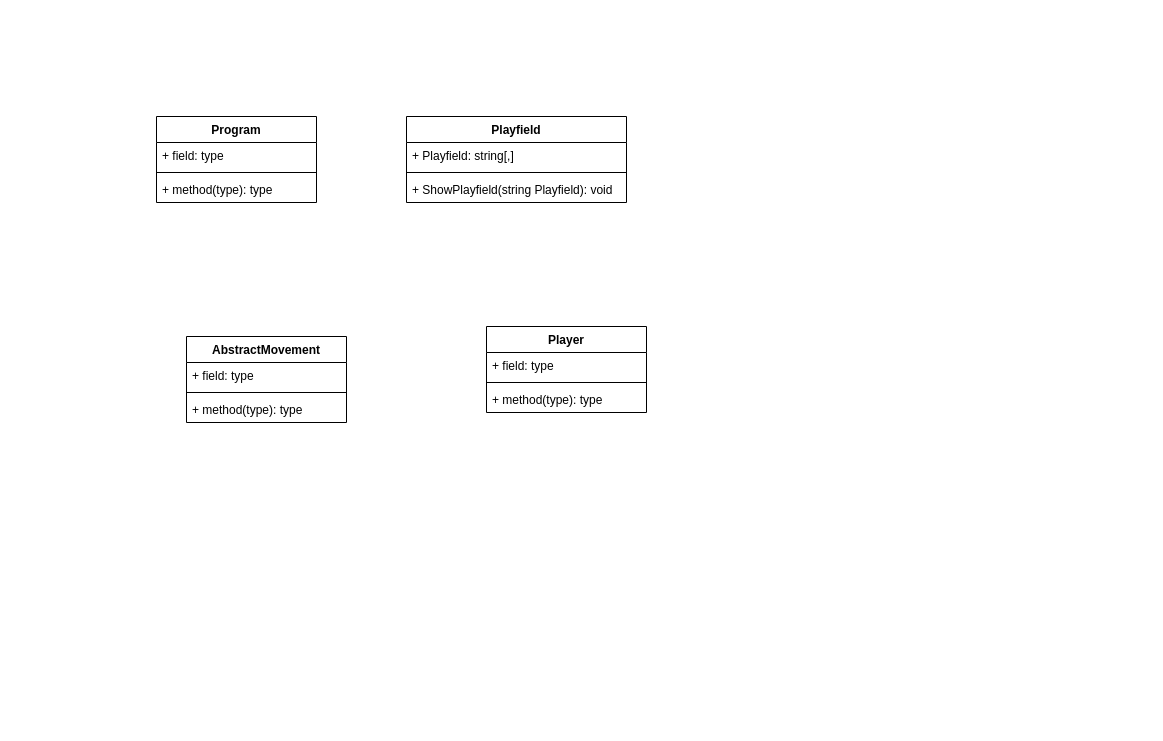
This is ChessClassDiagram.drawio from felwanew/ConsoleChess, a draw.io file, before an edit. Source tidied: cells renumbered, new cells numbered last; positions are measured from the earlier drawing's top-left corner, leaving out a move shared by most shapes. Both pictures are drawn from the tidied source at 100%, with x=0, y=0 at pixel (156, 116).
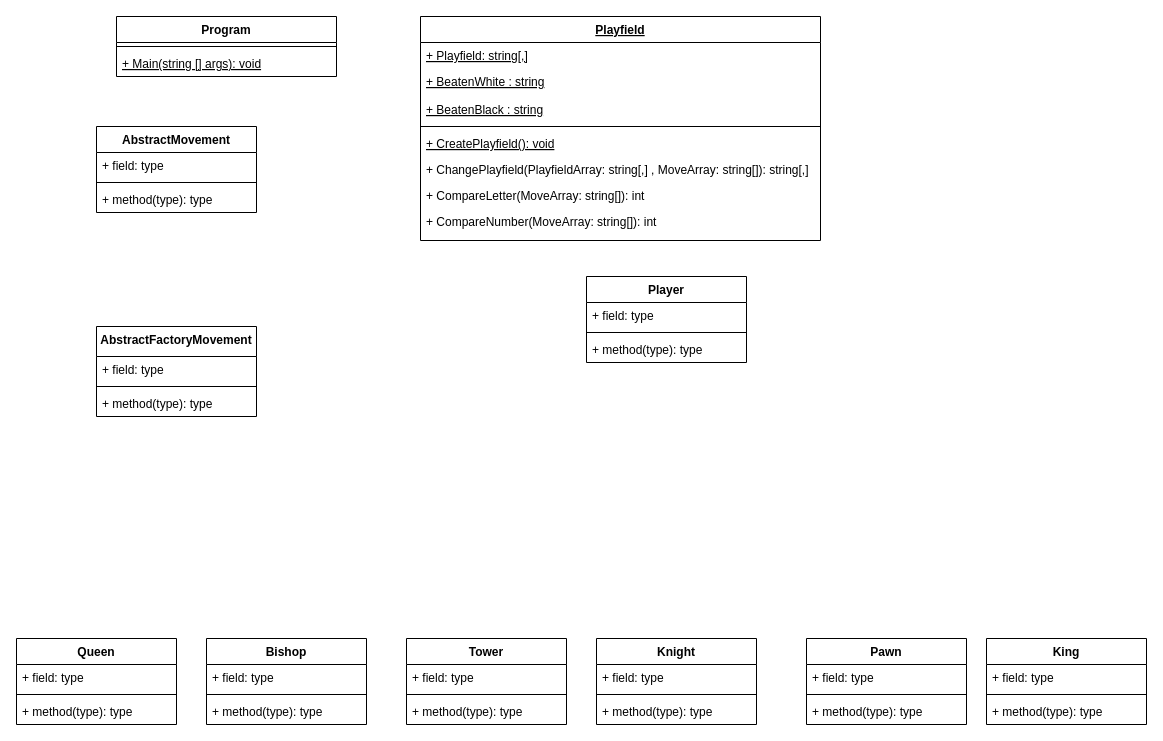
After the change.

Diff of the diagram source:
```diff
@@
     <mxCell id="2" value="Program" style="swimlane;fontStyle=1;align=center;verticalAlign=top;horizontal=1;startSize=26;" parent="1" vertex="1">
-      <mxGeometry width="160" height="86" as="geometry" />
+      <mxGeometry x="-40" y="-100" width="220" height="60" as="geometry" />
     </mxCell>
-    <mxCell id="3" value="+ field: type" style="text;strokeColor=none;fillColor=none;align=left;verticalAlign=top;spacingLeft=4;spacingRight=4;overflow=hidden;" parent="2" vertex="1">
-      <mxGeometry y="26" width="160" height="26" as="geometry" />
-    </mxCell>
     <mxCell id="4" style="line;strokeWidth=1;fillColor=none;align=left;verticalAlign=middle;spacingTop=-1;spacingLeft=3;spacingRight=3;labelPosition=right;" parent="2" vertex="1">
-      <mxGeometry y="52" width="160" height="8" as="geometry" />
+      <mxGeometry y="26" width="220" height="8" as="geometry" />
     </mxCell>
-    <mxCell id="5" value="+ method(type): type" style="text;strokeColor=none;fillColor=none;align=left;verticalAlign=top;spacingLeft=4;spacingRight=4;overflow=hidden;" parent="2" vertex="1">
-      <mxGeometry y="60" width="160" height="26" as="geometry" />
+    <mxCell id="5" value="+ Main(string [] args): void" style="text;strokeColor=none;fillColor=none;align=left;verticalAlign=top;spacingLeft=4;spacingRight=4;overflow=hidden;fontStyle=4;" parent="2" vertex="1">
+      <mxGeometry y="34" width="220" height="26" as="geometry" />
     </mxCell>
-    <mxCell id="6" value="Playfield" style="swimlane;fontStyle=1;align=center;verticalAlign=top;horizontal=1;startSize=26;" parent="1" vertex="1">
-      <mxGeometry x="250" width="220" height="86" as="geometry" />
+    <mxCell id="6" value="Playfield" style="swimlane;fontStyle=5;align=center;verticalAlign=top;horizontal=1;startSize=26;" parent="1" vertex="1">
+      <mxGeometry x="264" y="-100" width="400" height="224" as="geometry" />
     </mxCell>
+    <mxCell id="18" value="+ Playfield: string[,]" style="text;strokeColor=none;fillColor=none;align=left;verticalAlign=top;spacingLeft=4;spacingRight=4;overflow=hidden;fontStyle=4;" parent="6" vertex="1">
+      <mxGeometry y="26" width="400" height="26" as="geometry" />
+    </mxCell>
-    <mxCell id="7" value="+ Playfield: string[,]" style="text;strokeColor=none;fillColor=none;align=left;verticalAlign=top;spacingLeft=4;spacingRight=4;overflow=hidden;" parent="6" vertex="1">
-      <mxGeometry y="26" width="220" height="26" as="geometry" />
+    <mxCell id="7" value="+ BeatenWhite : string&#10;" style="text;strokeColor=none;fillColor=none;align=left;verticalAlign=top;spacingLeft=4;spacingRight=4;overflow=hidden;fontStyle=4;" parent="6" vertex="1">
+      <mxGeometry y="52" width="400" height="28" as="geometry" />
     </mxCell>
+    <mxCell id="19" value="+ BeatenBlack : string&#10;" style="text;strokeColor=none;fillColor=none;align=left;verticalAlign=top;spacingLeft=4;spacingRight=4;overflow=hidden;fontStyle=4;" parent="6" vertex="1">
+      <mxGeometry y="80" width="400" height="26" as="geometry" />
+    </mxCell>
     <mxCell id="8" style="line;strokeWidth=1;fillColor=none;align=left;verticalAlign=middle;spacingTop=-1;spacingLeft=3;spacingRight=3;labelPosition=right;" parent="6" vertex="1">
-      <mxGeometry y="52" width="220" height="8" as="geometry" />
+      <mxGeometry y="106" width="400" height="8" as="geometry" />
     </mxCell>
-    <mxCell id="9" value="+ ShowPlayfield(string Playfield): void" style="text;strokeColor=none;fillColor=none;align=left;verticalAlign=top;spacingLeft=4;spacingRight=4;overflow=hidden;" parent="6" vertex="1">
-      <mxGeometry y="60" width="220" height="26" as="geometry" />
+    <mxCell id="9" value="+ CreatePlayfield(): void&#10;" style="text;strokeColor=none;fillColor=none;align=left;verticalAlign=top;spacingLeft=4;spacingRight=4;overflow=hidden;fontStyle=4;" parent="6" vertex="1">
+      <mxGeometry y="114" width="400" height="26" as="geometry" />
     </mxCell>
+    <mxCell id="20" value="+ ChangePlayfield(PlayfieldArray: string[,] , MoveArray: string[]): string[,]" style="text;strokeColor=none;fillColor=none;align=left;verticalAlign=top;spacingLeft=4;spacingRight=4;overflow=hidden;" parent="6" vertex="1">
+      <mxGeometry y="140" width="400" height="26" as="geometry" />
+    </mxCell>
+    <mxCell id="21" value="+ CompareLetter(MoveArray: string[]): int" style="text;strokeColor=none;fillColor=none;align=left;verticalAlign=top;spacingLeft=4;spacingRight=4;overflow=hidden;" parent="6" vertex="1">
+      <mxGeometry y="166" width="400" height="26" as="geometry" />
+    </mxCell>
+    <mxCell id="22" value="+ CompareNumber(MoveArray: string[]): int" style="text;strokeColor=none;fillColor=none;align=left;verticalAlign=top;spacingLeft=4;spacingRight=4;overflow=hidden;" parent="6" vertex="1">
+      <mxGeometry y="192" width="400" height="32" as="geometry" />
+    </mxCell>
     <mxCell id="10" value="AbstractMovement" style="swimlane;fontStyle=1;align=center;verticalAlign=top;horizontal=1;startSize=26;" parent="1" vertex="1">
-      <mxGeometry x="30" y="220" width="160" height="86" as="geometry" />
+      <mxGeometry x="-60" y="10" width="160" height="86" as="geometry" />
     </mxCell>
@@
     <mxCell id="14" value="Player" style="swimlane;fontStyle=1;align=center;verticalAlign=top;horizontal=1;startSize=26;" parent="1" vertex="1">
-      <mxGeometry x="330" y="210" width="160" height="86" as="geometry" />
+      <mxGeometry x="430" y="160" width="160" height="86" as="geometry" />
     </mxCell>
@@
+    <mxCell id="23" value="AbstractFactoryMovement" style="swimlane;fontStyle=1;align=center;verticalAlign=top;horizontal=1;startSize=30;" parent="1" vertex="1">
+      <mxGeometry x="-60" y="210" width="160" height="90" as="geometry" />
+    </mxCell>
+    <mxCell id="24" value="+ field: type" style="text;strokeColor=none;fillColor=none;align=left;verticalAlign=top;spacingLeft=4;spacingRight=4;overflow=hidden;" parent="23" vertex="1">
+      <mxGeometry y="30" width="160" height="26" as="geometry" />
+    </mxCell>
+    <mxCell id="25" style="line;strokeWidth=1;fillColor=none;align=left;verticalAlign=middle;spacingTop=-1;spacingLeft=3;spacingRight=3;labelPosition=right;" parent="23" vertex="1">
+      <mxGeometry y="56" width="160" height="8" as="geometry" />
+    </mxCell>
+    <mxCell id="26" value="+ method(type): type" style="text;strokeColor=none;fillColor=none;align=left;verticalAlign=top;spacingLeft=4;spacingRight=4;overflow=hidden;" parent="23" vertex="1">
+      <mxGeometry y="64" width="160" height="26" as="geometry" />
+    </mxCell>
+    <mxCell id="27" value="Tower" style="swimlane;fontStyle=1;align=center;verticalAlign=top;horizontal=1;startSize=26;" parent="1" vertex="1">
+      <mxGeometry x="250" y="522" width="160" height="86" as="geometry" />
+    </mxCell>
+    <mxCell id="28" value="+ field: type" style="text;strokeColor=none;fillColor=none;align=left;verticalAlign=top;spacingLeft=4;spacingRight=4;overflow=hidden;" parent="27" vertex="1">
+      <mxGeometry y="26" width="160" height="26" as="geometry" />
+    </mxCell>
+    <mxCell id="29" style="line;strokeWidth=1;fillColor=none;align=left;verticalAlign=middle;spacingTop=-1;spacingLeft=3;spacingRight=3;labelPosition=right;" parent="27" vertex="1">
+      <mxGeometry y="52" width="160" height="8" as="geometry" />
+    </mxCell>
+    <mxCell id="30" value="+ method(type): type" style="text;strokeColor=none;fillColor=none;align=left;verticalAlign=top;spacingLeft=4;spacingRight=4;overflow=hidden;" parent="27" vertex="1">
+      <mxGeometry y="60" width="160" height="26" as="geometry" />
+    </mxCell>
+    <mxCell id="31" value="Bishop" style="swimlane;fontStyle=1;align=center;verticalAlign=top;horizontal=1;startSize=26;" parent="1" vertex="1">
+      <mxGeometry x="50" y="522" width="160" height="86" as="geometry" />
+    </mxCell>
+    <mxCell id="32" value="+ field: type" style="text;strokeColor=none;fillColor=none;align=left;verticalAlign=top;spacingLeft=4;spacingRight=4;overflow=hidden;" parent="31" vertex="1">
+      <mxGeometry y="26" width="160" height="26" as="geometry" />
+    </mxCell>
+    <mxCell id="33" style="line;strokeWidth=1;fillColor=none;align=left;verticalAlign=middle;spacingTop=-1;spacingLeft=3;spacingRight=3;labelPosition=right;" parent="31" vertex="1">
+      <mxGeometry y="52" width="160" height="8" as="geometry" />
+    </mxCell>
+    <mxCell id="34" value="+ method(type): type" style="text;strokeColor=none;fillColor=none;align=left;verticalAlign=top;spacingLeft=4;spacingRight=4;overflow=hidden;" parent="31" vertex="1">
+      <mxGeometry y="60" width="160" height="26" as="geometry" />
+    </mxCell>
+    <mxCell id="35" value="Knight" style="swimlane;fontStyle=1;align=center;verticalAlign=top;horizontal=1;startSize=26;" parent="1" vertex="1">
+      <mxGeometry x="440" y="522" width="160" height="86" as="geometry" />
+    </mxCell>
+    <mxCell id="36" value="+ field: type" style="text;strokeColor=none;fillColor=none;align=left;verticalAlign=top;spacingLeft=4;spacingRight=4;overflow=hidden;" parent="35" vertex="1">
+      <mxGeometry y="26" width="160" height="26" as="geometry" />
+    </mxCell>
+    <mxCell id="37" style="line;strokeWidth=1;fillColor=none;align=left;verticalAlign=middle;spacingTop=-1;spacingLeft=3;spacingRight=3;labelPosition=right;" parent="35" vertex="1">
+      <mxGeometry y="52" width="160" height="8" as="geometry" />
+    </mxCell>
+    <mxCell id="38" value="+ method(type): type" style="text;strokeColor=none;fillColor=none;align=left;verticalAlign=top;spacingLeft=4;spacingRight=4;overflow=hidden;" parent="35" vertex="1">
+      <mxGeometry y="60" width="160" height="26" as="geometry" />
+    </mxCell>
+    <mxCell id="39" value="Queen" style="swimlane;fontStyle=1;align=center;verticalAlign=top;horizontal=1;startSize=26;" parent="1" vertex="1">
+      <mxGeometry x="-140" y="522" width="160" height="86" as="geometry" />
+    </mxCell>
+    <mxCell id="40" value="+ field: type" style="text;strokeColor=none;fillColor=none;align=left;verticalAlign=top;spacingLeft=4;spacingRight=4;overflow=hidden;" parent="39" vertex="1">
+      <mxGeometry y="26" width="160" height="26" as="geometry" />
+    </mxCell>
+    <mxCell id="41" style="line;strokeWidth=1;fillColor=none;align=left;verticalAlign=middle;spacingTop=-1;spacingLeft=3;spacingRight=3;labelPosition=right;" parent="39" vertex="1">
+      <mxGeometry y="52" width="160" height="8" as="geometry" />
+    </mxCell>
+    <mxCell id="42" value="+ method(type): type" style="text;strokeColor=none;fillColor=none;align=left;verticalAlign=top;spacingLeft=4;spacingRight=4;overflow=hidden;" parent="39" vertex="1">
+      <mxGeometry y="60" width="160" height="26" as="geometry" />
+    </mxCell>
+    <mxCell id="43" value="Pawn" style="swimlane;fontStyle=1;align=center;verticalAlign=top;horizontal=1;startSize=26;" parent="1" vertex="1">
+      <mxGeometry x="650" y="522" width="160" height="86" as="geometry" />
+    </mxCell>
+    <mxCell id="44" value="+ field: type" style="text;strokeColor=none;fillColor=none;align=left;verticalAlign=top;spacingLeft=4;spacingRight=4;overflow=hidden;" parent="43" vertex="1">
+      <mxGeometry y="26" width="160" height="26" as="geometry" />
+    </mxCell>
+    <mxCell id="45" style="line;strokeWidth=1;fillColor=none;align=left;verticalAlign=middle;spacingTop=-1;spacingLeft=3;spacingRight=3;labelPosition=right;" parent="43" vertex="1">
+      <mxGeometry y="52" width="160" height="8" as="geometry" />
+    </mxCell>
+    <mxCell id="46" value="+ method(type): type" style="text;strokeColor=none;fillColor=none;align=left;verticalAlign=top;spacingLeft=4;spacingRight=4;overflow=hidden;" parent="43" vertex="1">
+      <mxGeometry y="60" width="160" height="26" as="geometry" />
+    </mxCell>
+    <mxCell id="47" value="King" style="swimlane;fontStyle=1;align=center;verticalAlign=top;horizontal=1;startSize=26;" parent="1" vertex="1">
+      <mxGeometry x="830" y="522" width="160" height="86" as="geometry" />
+    </mxCell>
+    <mxCell id="48" value="+ field: type" style="text;strokeColor=none;fillColor=none;align=left;verticalAlign=top;spacingLeft=4;spacingRight=4;overflow=hidden;" parent="47" vertex="1">
+      <mxGeometry y="26" width="160" height="26" as="geometry" />
+    </mxCell>
+    <mxCell id="49" style="line;strokeWidth=1;fillColor=none;align=left;verticalAlign=middle;spacingTop=-1;spacingLeft=3;spacingRight=3;labelPosition=right;" parent="47" vertex="1">
+      <mxGeometry y="52" width="160" height="8" as="geometry" />
+    </mxCell>
+    <mxCell id="50" value="+ method(type): type" style="text;strokeColor=none;fillColor=none;align=left;verticalAlign=top;spacingLeft=4;spacingRight=4;overflow=hidden;" parent="47" vertex="1">
+      <mxGeometry y="60" width="160" height="26" as="geometry" />
+    </mxCell>
```
